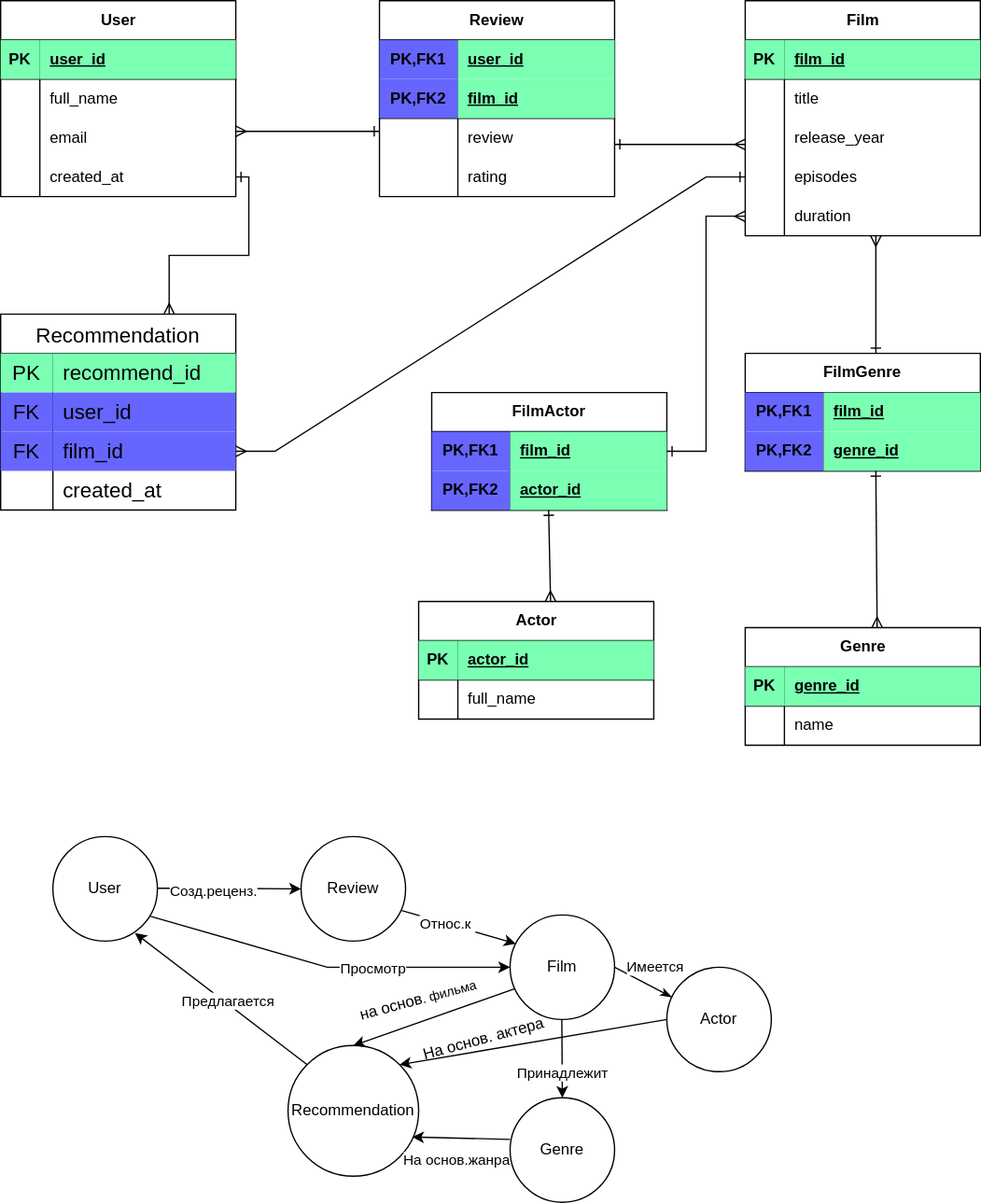
Before: data modeling/lesson2/lesson2.drawio.svg, a diagram exported from draw.io (PavArtyom/DE03-onl-Artyom-Pavlovets). Source tidied: cells renumbered, new cells last; positions are measured from the earlier drawing's top-left corner, leaving out a move shared by most shapes.
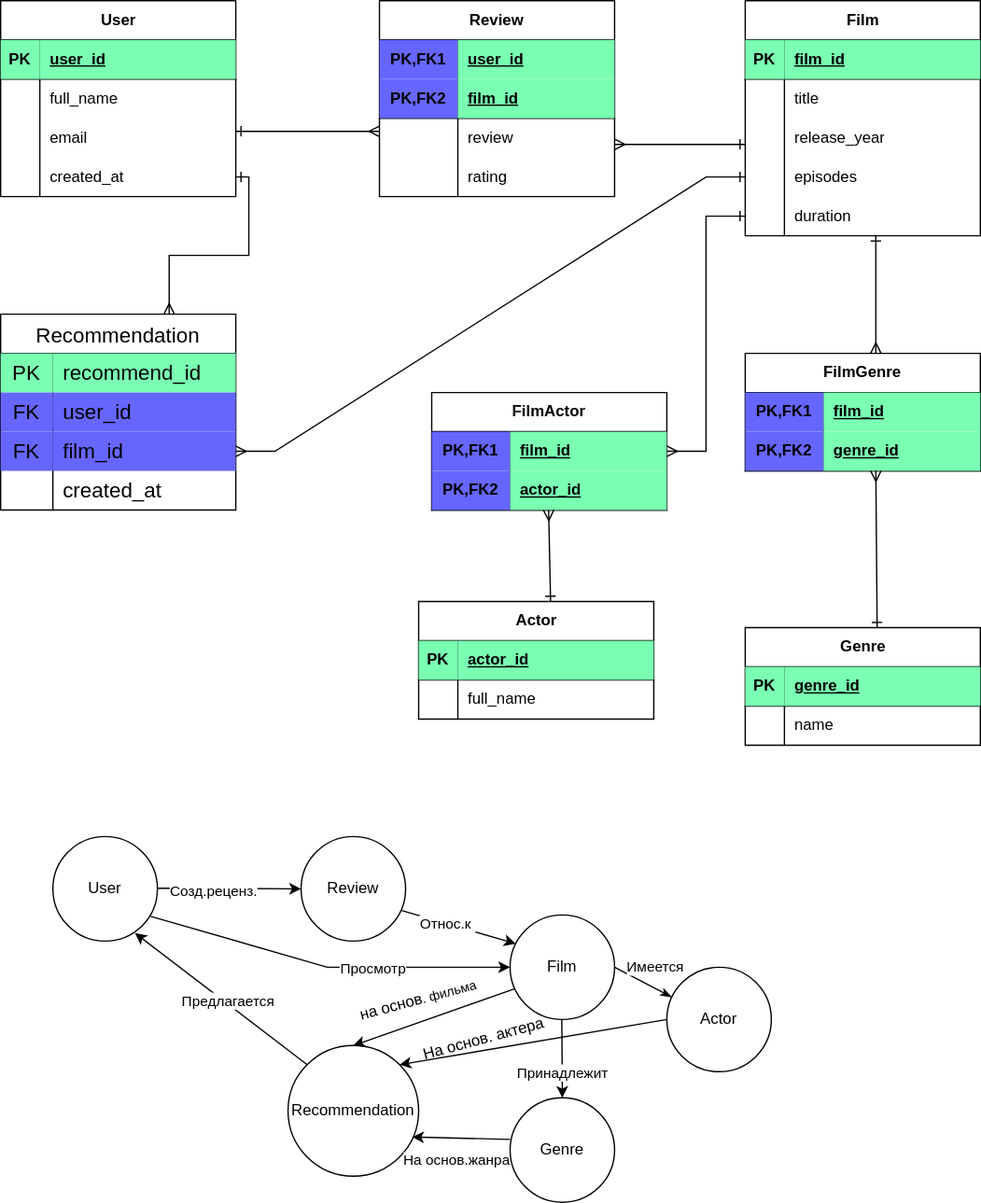
Later version of the same file.

Change to the diagram source:
```diff
@@ -128,13 +128,13 @@
     <mxCell id="43" value="rating" style="shape=partialRectangle;fillColor=none;top=0;left=0;bottom=0;right=0;align=left;spacingLeft=6;overflow=hidden;html=1;whiteSpace=wrap;" parent="41" vertex="1">
       <mxGeometry x="60" width="120" height="30" as="geometry" />
     </mxCell>
-    <mxCell id="44" style="endArrow=ERone;html=1;rounded=0;startArrow=ERmany;startFill=0;endFill=0;" parent="1" edge="1">
+    <mxCell id="44" style="endArrow=ERmany;html=1;rounded=0;startArrow=ERone;startFill=0;endFill=0;" parent="1" edge="1">
       <mxGeometry relative="1" as="geometry">
         <mxPoint x="180" y="100" as="sourcePoint" />
         <mxPoint x="290" y="100" as="targetPoint" />
       </mxGeometry>
     </mxCell>
-    <mxCell id="45" style="endArrow=ERmany;html=1;rounded=0;startArrow=ERone;startFill=0;endFill=0;" parent="1" edge="1">
+    <mxCell id="45" style="endArrow=ERone;html=1;rounded=0;startArrow=ERmany;startFill=0;endFill=0;" parent="1" edge="1">
       <mxGeometry relative="1" as="geometry">
         <mxPoint x="470" y="110" as="sourcePoint" />
         <mxPoint x="570" y="110" as="targetPoint" />
@@ -182,13 +182,13 @@
     <mxCell id="59" value="genre_id" style="shape=partialRectangle;fillColor=#7AFFB3;top=0;left=0;bottom=0;right=0;align=left;spacingLeft=6;fontStyle=5;overflow=hidden;html=1;whiteSpace=wrap;" parent="57" vertex="1">
       <mxGeometry x="60" width="120" height="30" as="geometry" />
     </mxCell>
-    <mxCell id="60" style="endArrow=ERone;html=1;rounded=0;startArrow=ERmany;startFill=0;endFill=0;" parent="1" edge="1">
+    <mxCell id="60" style="endArrow=ERmany;html=1;rounded=0;startArrow=ERone;startFill=0;endFill=0;" parent="1" edge="1">
       <mxGeometry relative="1" as="geometry">
         <mxPoint x="670" y="180" as="sourcePoint" />
         <mxPoint x="670" y="270" as="targetPoint" />
       </mxGeometry>
     </mxCell>
-    <mxCell id="61" style="endArrow=ERmany;html=1;rounded=0;startArrow=ERone;startFill=0;endFill=0;" parent="1" edge="1">
+    <mxCell id="61" style="endArrow=ERone;html=1;rounded=0;startArrow=ERmany;startFill=0;endFill=0;" parent="1" edge="1">
       <mxGeometry relative="1" as="geometry">
         <mxPoint x="670" y="360" as="sourcePoint" />
         <mxPoint x="671" y="480" as="targetPoint" />
@@ -348,10 +348,10 @@
     <mxCell id="107" value="actor_id" style="shape=partialRectangle;fillColor=#7AFFB3;top=0;left=0;bottom=0;right=0;align=left;spacingLeft=6;fontStyle=5;overflow=hidden;html=1;whiteSpace=wrap;" parent="105" vertex="1">
       <mxGeometry x="60" width="120" height="30" as="geometry" />
     </mxCell>
-    <mxCell id="108" style="edgeStyle=entityRelationEdgeStyle;fontSize=12;html=1;endArrow=ERmany;rounded=0;startArrow=ERone;startFill=0;exitX=1;exitY=0.5;exitDx=0;exitDy=0;entryX=0;entryY=0.5;entryDx=0;entryDy=0;" parent="1" edge="1" source="102" target="28">
+    <mxCell id="108" style="edgeStyle=entityRelationEdgeStyle;fontSize=12;html=1;endArrow=ERone;rounded=0;startArrow=ERmany;startFill=0;exitX=1;exitY=0.5;exitDx=0;exitDy=0;entryX=0;entryY=0.5;entryDx=0;entryDy=0;endFill=0;" parent="1" edge="1" source="102" target="28">
       <mxGeometry relative="1" as="geometry" />
     </mxCell>
-    <mxCell id="109" style="endArrow=ERmany;html=1;rounded=0;startArrow=ERone;startFill=0;endFill=0;" parent="1" edge="1">
+    <mxCell id="109" style="endArrow=ERone;html=1;rounded=0;startArrow=ERmany;startFill=0;endFill=0;" parent="1" edge="1">
       <mxGeometry relative="1" as="geometry">
         <mxPoint x="419.5" y="390" as="sourcePoint" />
         <mxPoint x="421" y="460" as="targetPoint" />
```
